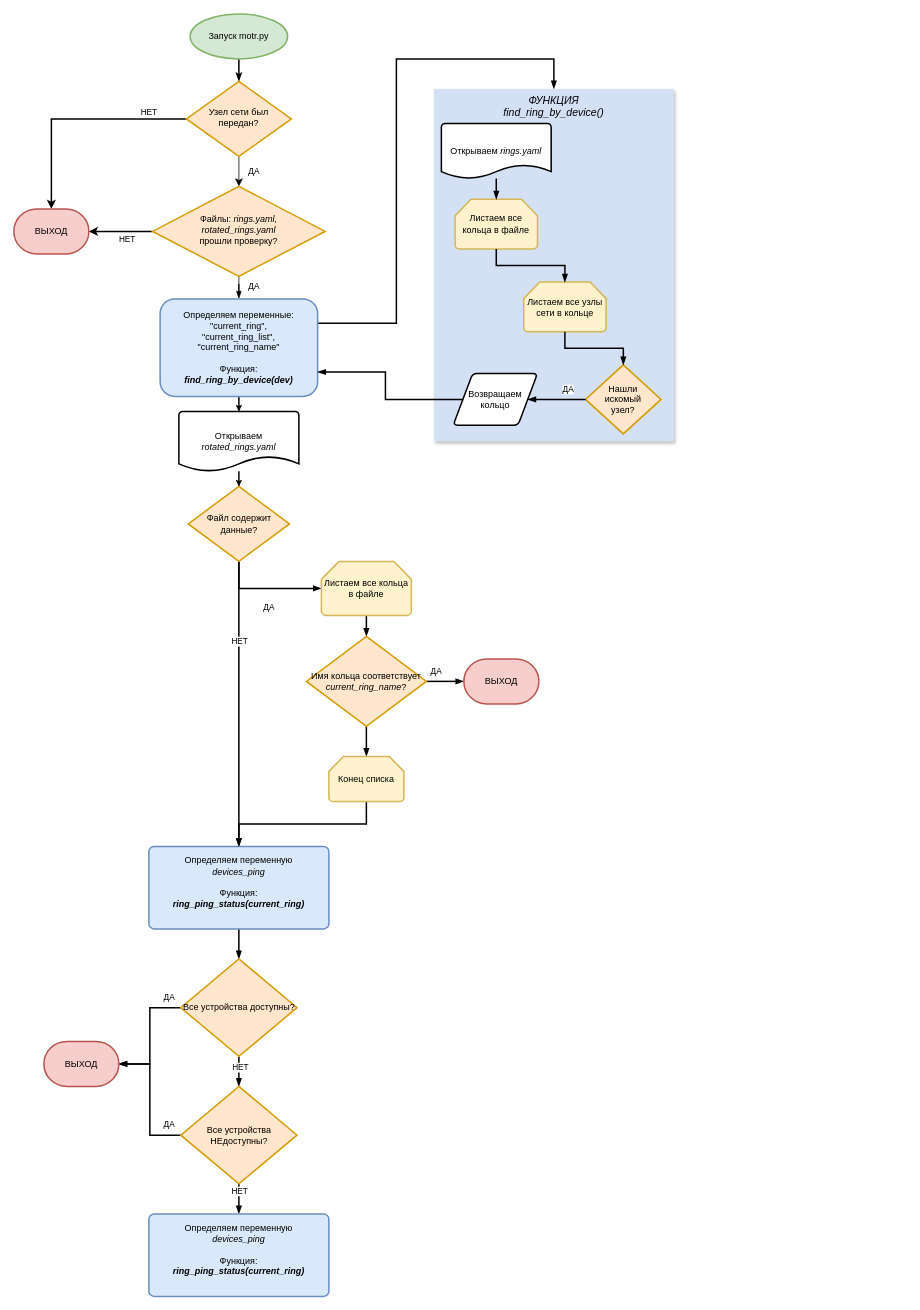
ig-rudenko/motr keeps this draw.io diagram as Untitled Diagram.drawio. Above is the earlier version. Source tidied: cells renumbered, new cells numbered last; positions are measured from the earlier drawing's top-left corner, leaving out a move shared by most shapes. Both pictures are drawn from the tidied source at 75%, with x=0, y=0 at pixel (14, 14).
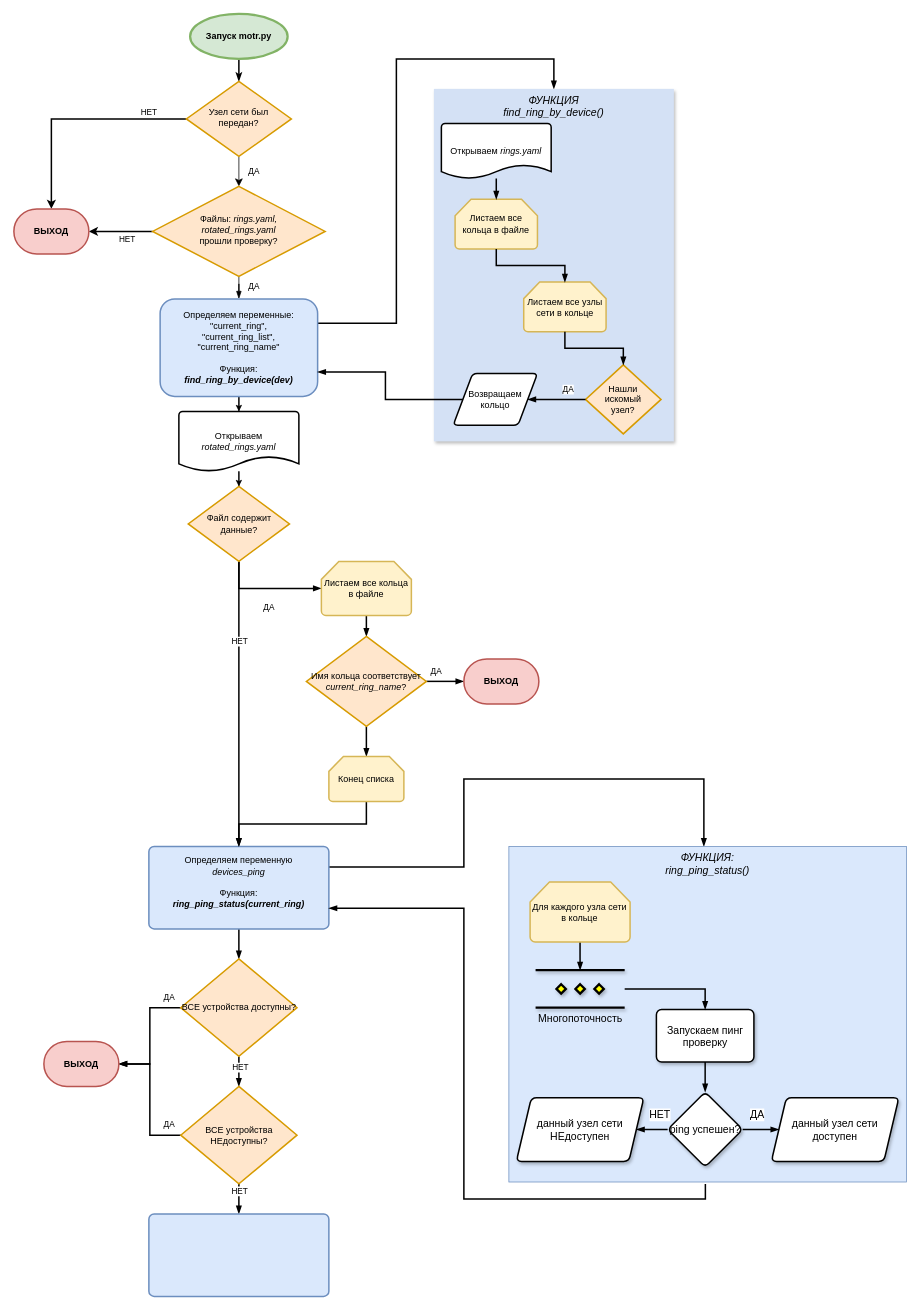
The same page after the edit.

The change refers to these unchanged cells:
```xml
<mxCell id="30" value="&lt;div&gt;Определяем переменную&lt;/div&gt;&lt;div&gt;&lt;i&gt;devices_ping&lt;/i&gt;&lt;/div&gt;&lt;div&gt;&lt;i&gt;&lt;/i&gt;&lt;br&gt;&lt;/div&gt;&lt;div&gt;Функция:&lt;/div&gt;&lt;div&gt;&lt;b&gt;&lt;i&gt;ring_ping_status(current_ring)&lt;/i&gt;&lt;/b&gt;&lt;/div&gt;&lt;div&gt;&lt;i&gt;&lt;/i&gt;&lt;br&gt;&lt;/div&gt;" style="rounded=1;whiteSpace=wrap;html=1;absoluteArcSize=1;arcSize=14;strokeWidth=2;fillColor=#dae8fc;strokeColor=#6c8ebf;" parent="1" vertex="1">
  <mxGeometry x="180" y="1110" width="240" height="110" as="geometry" />
</mxCell>
```

What changed in the source:
```diff
@@
-    <mxCell id="14" value="Запуск motr.py" style="strokeWidth=2;html=1;shape=mxgraph.flowchart.start_1;whiteSpace=wrap;fillColor=#d5e8d4;strokeColor=#82b366;" parent="1" vertex="1">
+    <mxCell id="14" value="&lt;b&gt;Запуск motr.py&lt;/b&gt;" style="strokeWidth=3;html=1;shape=mxgraph.flowchart.start_1;whiteSpace=wrap;fillColor=#d5e8d4;strokeColor=#82b366;" parent="1" vertex="1">
       <mxGeometry x="235" width="130" height="60" as="geometry" />
     </mxCell>
-    <mxCell id="15" value="ВЫХОД" style="strokeWidth=2;html=1;shape=mxgraph.flowchart.terminator;whiteSpace=wrap;fillColor=#f8cecc;strokeColor=#b85450;" parent="1" vertex="1">
+    <mxCell id="15" value="&lt;b&gt;ВЫХОД&lt;/b&gt;" style="strokeWidth=2;html=1;shape=mxgraph.flowchart.terminator;whiteSpace=wrap;fillColor=#f8cecc;strokeColor=#b85450;" parent="1" vertex="1">
       <mxGeometry y="260" width="100" height="60" as="geometry" />
     </mxCell>
@@
+    <mxCell id="59" style="edgeStyle=orthogonalEdgeStyle;rounded=0;jettySize=auto;html=1;exitX=1;exitY=0.25;exitDx=0;exitDy=0;endArrow=blockThin;endFill=1;strokeWidth=2;fontSize=14;fontColor=#000000;" parent="1" edge="1" source="30">
+      <mxGeometry relative="1" as="geometry">
+        <mxPoint x="920" y="1110" as="targetPoint" />
+        <Array as="points">
+          <mxPoint x="600" y="1138" />
+          <mxPoint x="600" y="1020" />
+        </Array>
+      </mxGeometry>
+    </mxCell>
@@
-    <mxCell id="33" value="ВЫХОД" style="strokeWidth=2;html=1;shape=mxgraph.flowchart.terminator;whiteSpace=wrap;fillColor=#f8cecc;strokeColor=#b85450;" parent="1" vertex="1">
+    <mxCell id="33" value="&lt;b&gt;ВЫХОД&lt;/b&gt;" style="strokeWidth=2;html=1;shape=mxgraph.flowchart.terminator;whiteSpace=wrap;fillColor=#f8cecc;strokeColor=#b85450;" parent="1" vertex="1">
       <mxGeometry x="600" y="860" width="100" height="60" as="geometry" />
     </mxCell>
@@
-    <mxCell id="38" value="Все устройства доступны?" style="strokeWidth=2;html=1;shape=mxgraph.flowchart.decision;whiteSpace=wrap;fillColor=#ffe6cc;strokeColor=#d79b00;" parent="1" vertex="1">
+    <mxCell id="38" value="ВСЕ устройства доступны?" style="strokeWidth=2;html=1;shape=mxgraph.flowchart.decision;whiteSpace=wrap;fillColor=#ffe6cc;strokeColor=#d79b00;" parent="1" vertex="1">
       <mxGeometry x="222.5" y="1260" width="155" height="130" as="geometry" />
     </mxCell>
@@
-    <mxCell id="43" value="Все устройства НЕдоступны?" style="strokeWidth=2;html=1;shape=mxgraph.flowchart.decision;whiteSpace=wrap;fillColor=#ffe6cc;strokeColor=#d79b00;" parent="1" vertex="1">
+    <mxCell id="43" value="ВСЕ устройства НЕдоступны?" style="strokeWidth=2;html=1;shape=mxgraph.flowchart.decision;whiteSpace=wrap;fillColor=#ffe6cc;strokeColor=#d79b00;" parent="1" vertex="1">
       <mxGeometry x="222.5" y="1430" width="155" height="130" as="geometry" />
     </mxCell>
-    <mxCell id="44" value="ВЫХОД" style="strokeWidth=2;html=1;shape=mxgraph.flowchart.terminator;whiteSpace=wrap;fillColor=#f8cecc;strokeColor=#b85450;" parent="1" vertex="1">
+    <mxCell id="44" value="&lt;b&gt;ВЫХОД&lt;/b&gt;" style="strokeWidth=2;html=1;shape=mxgraph.flowchart.terminator;whiteSpace=wrap;fillColor=#f8cecc;strokeColor=#b85450;" parent="1" vertex="1">
       <mxGeometry x="40" y="1370" width="100" height="60" as="geometry" />
     </mxCell>
-    <mxCell id="45" value="&lt;div&gt;Определяем переменную&lt;/div&gt;&lt;div&gt;&lt;i&gt;devices_ping&lt;/i&gt;&lt;/div&gt;&lt;div&gt;&lt;i&gt;&lt;/i&gt;&lt;br&gt;&lt;/div&gt;&lt;div&gt;Функция:&lt;/div&gt;&lt;div&gt;&lt;b&gt;&lt;i&gt;ring_ping_status(current_ring)&lt;/i&gt;&lt;/b&gt;&lt;/div&gt;&lt;div&gt;&lt;i&gt;&lt;/i&gt;&lt;br&gt;&lt;/div&gt;" style="rounded=1;whiteSpace=wrap;html=1;absoluteArcSize=1;arcSize=14;strokeWidth=2;fillColor=#dae8fc;strokeColor=#6c8ebf;" parent="1" vertex="1">
+    <mxCell id="45" style="rounded=1;whiteSpace=wrap;html=1;absoluteArcSize=1;arcSize=14;strokeWidth=2;fillColor=#dae8fc;strokeColor=#6c8ebf;" parent="1" vertex="1">
       <mxGeometry x="180" y="1600" width="240" height="110" as="geometry" />
     </mxCell>
@@
+    <mxCell id="60" style="group;" parent="1" vertex="1">
+      <mxGeometry x="660" y="1110" width="530" height="447.5" as="geometry" />
+    </mxCell>
+    <mxCell id="61" value="ФУНКЦИЯ:&#10;ring_ping_status()&#10;" style="group;fillColor=#dae8fc;strokeColor=#6c8ebf;fontStyle=2;fontSize=14;" parent="60" vertex="1">
+      <mxGeometry width="530" height="447.5" as="geometry" />
+    </mxCell>
+    <mxCell id="62" value="Многопоточность" style="verticalLabelPosition=bottom;verticalAlign=top;html=1;shape=mxgraph.flowchart.parallel_mode;shadow=1;strokeWidth=3;fillColor=#D4E1F5;fontSize=14;" parent="60" vertex="1">
+      <mxGeometry x="35.6" y="165" width="118.8" height="50" as="geometry" />
+    </mxCell>
+    <mxCell id="63" style="edgeStyle=orthogonalEdgeStyle;rounded=0;jettySize=auto;html=1;endArrow=blockThin;endFill=1;strokeWidth=2;fontSize=14;" parent="60" edge="1" source="64" target="62">
+      <mxGeometry relative="1" as="geometry" />
+    </mxCell>
+    <mxCell id="64" value="Для каждого узла сети в кольце" style="strokeWidth=2;html=1;shape=mxgraph.flowchart.loop_limit;whiteSpace=wrap;fillColor=#fff2cc;strokeColor=#d6b656;" parent="60" vertex="1">
+      <mxGeometry x="28.3" y="47.5" width="133.3" height="80" as="geometry" />
+    </mxCell>
+    <mxCell id="65" value="Запускаем пинг проверку" style="rounded=1;whiteSpace=wrap;html=1;absoluteArcSize=1;arcSize=14;strokeWidth=2;shadow=1;fontSize=14;" parent="60" vertex="1">
+      <mxGeometry x="196.7" y="217.5" width="130" height="70" as="geometry" />
+    </mxCell>
+    <mxCell id="66" style="edgeStyle=orthogonalEdgeStyle;rounded=0;jettySize=auto;html=1;endArrow=blockThin;endFill=1;strokeWidth=2;fontSize=14;" parent="60" edge="1" source="62" target="65">
+      <mxGeometry relative="1" as="geometry" />
+    </mxCell>
+    <mxCell id="67" value="ping успешен?" style="rhombus;whiteSpace=wrap;html=1;rounded=1;shadow=1;fontSize=14;strokeWidth=2;arcSize=14;" parent="60" vertex="1">
+      <mxGeometry x="211.7" y="327.5" width="100" height="100" as="geometry" />
+    </mxCell>
+    <mxCell id="68" style="edgeStyle=orthogonalEdgeStyle;rounded=0;jettySize=auto;html=1;endArrow=blockThin;endFill=1;strokeWidth=2;fontSize=14;" parent="60" edge="1" source="65" target="67">
+      <mxGeometry relative="1" as="geometry" />
+    </mxCell>
+    <mxCell id="69" value="данный узел сети доступен" style="shape=parallelogram;perimeter=parallelogramPerimeter;whiteSpace=wrap;html=1;fixedSize=1;rounded=1;shadow=1;fontSize=14;strokeWidth=2;arcSize=14;" parent="60" vertex="1">
+      <mxGeometry x="350" y="335" width="170" height="85" as="geometry" />
+    </mxCell>
+    <mxCell id="70" style="edgeStyle=orthogonalEdgeStyle;rounded=0;jettySize=auto;html=1;endArrow=blockThin;endFill=1;strokeWidth=2;fontSize=14;" parent="60" edge="1" source="67" target="69">
+      <mxGeometry relative="1" as="geometry" />
+    </mxCell>
+    <mxCell id="71" value="ДА" style="edgeLabel;html=1;align=center;verticalAlign=middle;fontSize=14;" parent="70" vertex="1">
+      <mxGeometry x="-0.16" y="-4" relative="1" as="geometry">
+        <mxPoint x="0.1" y="-24" as="offset" />
+      </mxGeometry>
+    </mxCell>
+    <mxCell id="72" value="данный узел сети НЕдоступен" style="shape=parallelogram;perimeter=parallelogramPerimeter;whiteSpace=wrap;html=1;fixedSize=1;rounded=1;shadow=1;fontSize=14;strokeWidth=2;arcSize=14;" parent="60" vertex="1">
+      <mxGeometry x="10" y="335" width="170" height="85" as="geometry" />
+    </mxCell>
+    <mxCell id="73" style="edgeStyle=orthogonalEdgeStyle;rounded=0;jettySize=auto;html=1;endArrow=blockThin;endFill=1;strokeWidth=2;fontSize=14;" parent="60" edge="1" source="67" target="72">
+      <mxGeometry relative="1" as="geometry" />
+    </mxCell>
+    <mxCell id="74" value="НЕТ" style="edgeLabel;html=1;align=center;verticalAlign=middle;fontSize=14;" parent="73" vertex="1">
+      <mxGeometry x="-0.85" relative="1" as="geometry">
+        <mxPoint x="-7.3" y="-20" as="offset" />
+      </mxGeometry>
+    </mxCell>
+    <mxCell id="75" style="edgeStyle=orthogonalEdgeStyle;rounded=0;jettySize=auto;html=1;endArrow=blockThin;endFill=1;strokeWidth=2;fontSize=14;fontColor=#000000;entryX=1;entryY=0.75;entryDx=0;entryDy=0;" parent="1" edge="1" target="30">
+      <mxGeometry relative="1" as="geometry">
+        <mxPoint x="922" y="1560" as="sourcePoint" />
+        <Array as="points">
+          <mxPoint x="922" y="1580" />
+          <mxPoint x="600" y="1580" />
+          <mxPoint x="600" y="1192" />
+        </Array>
+      </mxGeometry>
+    </mxCell>
```
